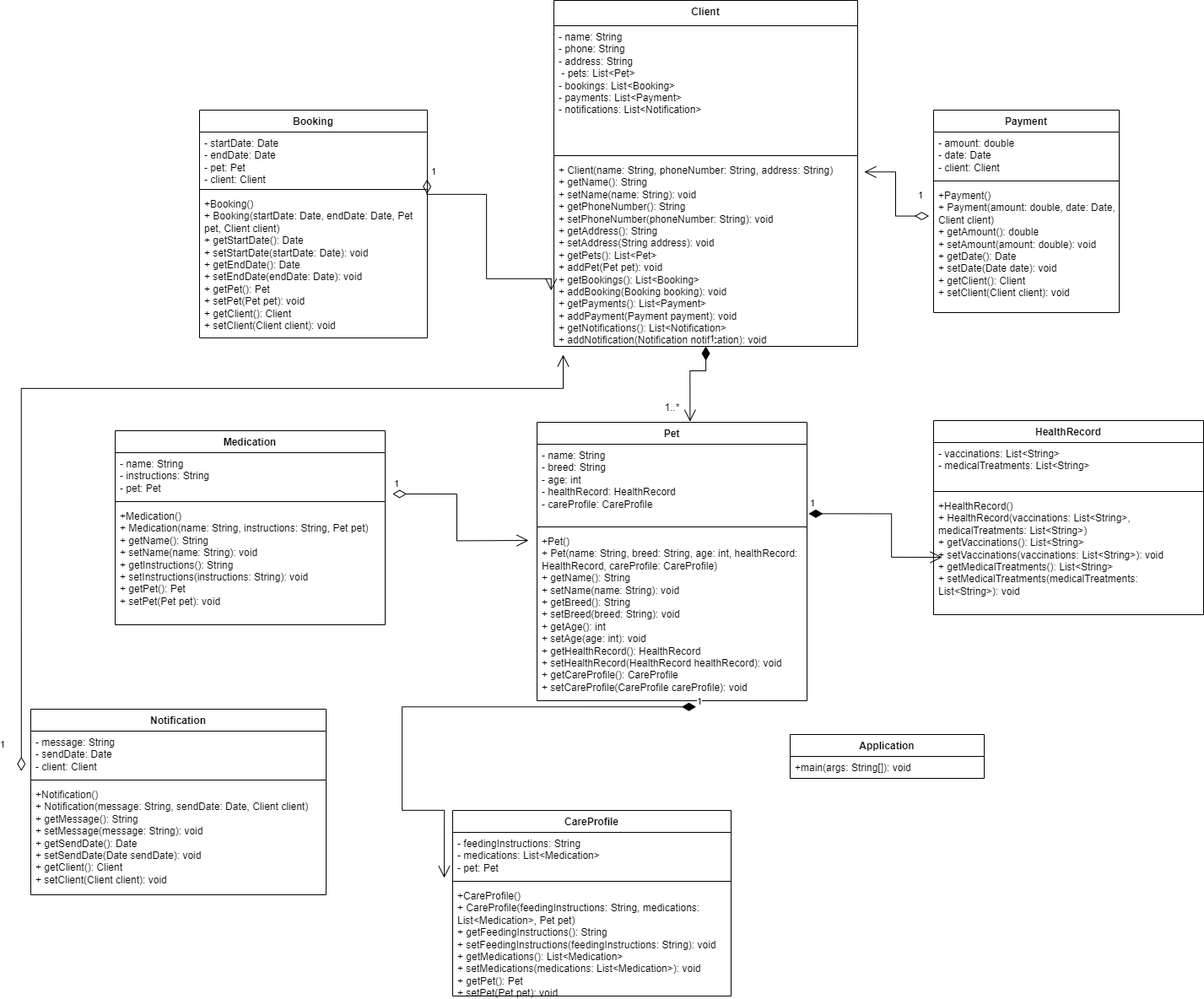
Above: UMLLab2.drawio.png in vgouttin/ENSF380Lab02 (draw.io), before the change. Source tidied: cells renumbered, new cells last; positions are measured from the earlier drawing's top-left corner, leaving out a move shared by most shapes. Source of this version:
```xml
<mxGraphModel>
  <root>
    <mxCell id="0" />
    <mxCell id="1" parent="0" />
    <mxCell id="2" value="Client" style="swimlane;fontStyle=1;align=center;verticalAlign=top;horizontal=1;startSize=30;whiteSpace=wrap;html=1;" parent="1" vertex="1">
      <mxGeometry x="631" width="360" height="410" as="geometry" />
    </mxCell>
    <mxCell id="3" value="- name: String&lt;div&gt;- phone: String&lt;/div&gt;&lt;div&gt;- address: String&lt;/div&gt;&lt;div&gt;&amp;nbsp;- pets: List&amp;lt;Pet&amp;gt;&lt;br&gt;&lt;/div&gt;&lt;div&gt;- bookings: List&amp;lt;Booking&amp;gt;&lt;br/&gt;    - payments: List&amp;lt;Payment&amp;gt;&lt;br/&gt;    - notifications: List&amp;lt;Notification&amp;gt;&lt;br&gt;&lt;/div&gt;" style="text;strokeColor=none;fillColor=none;align=left;verticalAlign=top;spacingLeft=4;spacingRight=4;overflow=hidden;whiteSpace=wrap;html=1;" parent="2" vertex="1">
      <mxGeometry y="30" width="360" height="150" as="geometry" />
    </mxCell>
    <mxCell id="4" style="line;strokeWidth=1;fillColor=none;align=left;verticalAlign=middle;spacingTop=-1;spacingLeft=3;spacingRight=3;labelPosition=right;strokeColor=inherit;" parent="2" vertex="1">
      <mxGeometry y="180" width="360" height="8" as="geometry" />
    </mxCell>
    <mxCell id="5" value="&lt;div&gt;+ Client(name: String, phoneNumber: String, address: String)&lt;br/&gt;    + getName(): String&lt;br/&gt;    + setName(name: String): void&lt;br/&gt;    + getPhoneNumber(): String&lt;br/&gt;    + setPhoneNumber(phoneNumber: String): void&lt;br/&gt;    + getAddress(): String&lt;br/&gt;    + setAddress(String address): void&lt;br/&gt;    + getPets(): List&amp;lt;Pet&amp;gt;&lt;br/&gt;    + addPet(Pet pet): void&lt;br/&gt;    + getBookings(): List&amp;lt;Booking&amp;gt;&lt;br/&gt;    + addBooking(Booking booking): void&lt;br/&gt;    + getPayments(): List&amp;lt;Payment&amp;gt;&lt;br/&gt;    + addPayment(Payment payment): void&lt;br/&gt;    + getNotifications(): List&amp;lt;Notification&amp;gt;&lt;br/&gt;    + addNotification(Notification notification): void&lt;br&gt;&lt;/div&gt;" style="text;strokeColor=none;fillColor=none;align=left;verticalAlign=top;spacingLeft=4;spacingRight=4;overflow=hidden;points=[[0,0.5],[1,0.5]];portConstraint=eastwest;whiteSpace=wrap;html=1;" parent="2" vertex="1">
      <mxGeometry y="188" width="360" height="222" as="geometry" />
    </mxCell>
    <mxCell id="6" value="Pet" style="swimlane;fontStyle=1;align=center;verticalAlign=top;horizontal=1;startSize=26;whiteSpace=wrap;html=1;" parent="1" vertex="1">
      <mxGeometry x="611" y="500" width="320" height="330" as="geometry" />
    </mxCell>
    <mxCell id="7" value=" - name: String&lt;br/&gt;    - breed: String&lt;br/&gt;    - age: int&lt;br/&gt;    - healthRecord: HealthRecord&lt;br/&gt;    - careProfile: CareProfile" style="text;strokeColor=none;fillColor=none;align=left;verticalAlign=top;spacingLeft=4;spacingRight=4;overflow=hidden;points=[[0,0.5],[1,0.5]];portConstraint=eastwest;whiteSpace=wrap;html=1;" parent="6" vertex="1">
      <mxGeometry y="26" width="320" height="94" as="geometry" />
    </mxCell>
    <mxCell id="8" style="line;strokeWidth=1;fillColor=none;align=left;verticalAlign=middle;spacingTop=-1;spacingLeft=3;spacingRight=3;labelPosition=right;strokeColor=inherit;" parent="6" vertex="1">
      <mxGeometry y="120" width="320" height="8" as="geometry" />
    </mxCell>
    <mxCell id="9" value="&lt;div&gt;+Pet()&lt;/div&gt;+ Pet(name: String, breed: String, age: int, healthRecord: HealthRecord, careProfile: CareProfile)&lt;br&gt;    + getName(): String&lt;br&gt;    + setName(name: String): void&lt;br&gt;    + getBreed(): String&lt;br&gt;    + setBreed(breed: String): void&lt;br&gt;    + getAge(): int&lt;br&gt;    + setAge(age: int): void&lt;br&gt;    + getHealthRecord(): HealthRecord&lt;br&gt;    + setHealthRecord(HealthRecord healthRecord): void&lt;br&gt;    + getCareProfile(): CareProfile&lt;br&gt;    + setCareProfile(CareProfile careProfile): void" style="text;strokeColor=none;fillColor=none;align=left;verticalAlign=top;spacingLeft=4;spacingRight=4;overflow=hidden;points=[[0,0.5],[1,0.5]];portConstraint=eastwest;whiteSpace=wrap;html=1;" parent="6" vertex="1">
      <mxGeometry y="128" width="320" height="202" as="geometry" />
    </mxCell>
    <mxCell id="10" value="Booking" style="swimlane;fontStyle=1;align=center;verticalAlign=top;horizontal=1;startSize=26;whiteSpace=wrap;html=1;" parent="1" vertex="1">
      <mxGeometry x="211" y="130" width="270" height="270" as="geometry" />
    </mxCell>
    <mxCell id="11" value="- startDate: Date&lt;br/&gt;    - endDate: Date&lt;br/&gt;    - pet: Pet&lt;br/&gt;    - client: Client" style="text;strokeColor=none;fillColor=none;align=left;verticalAlign=top;spacingLeft=4;spacingRight=4;overflow=hidden;points=[[0,0.5],[1,0.5]];portConstraint=eastwest;whiteSpace=wrap;html=1;" parent="10" vertex="1">
      <mxGeometry y="26" width="270" height="64" as="geometry" />
    </mxCell>
    <mxCell id="12" style="line;strokeWidth=1;fillColor=none;align=left;verticalAlign=middle;spacingTop=-1;spacingLeft=3;spacingRight=3;labelPosition=right;strokeColor=inherit;" parent="10" vertex="1">
      <mxGeometry y="90" width="270" height="8" as="geometry" />
    </mxCell>
    <mxCell id="13" value="&lt;div&gt;+Booking()&lt;/div&gt;  + Booking(startDate: Date, endDate: Date, Pet pet, Client client)&lt;br&gt;    + getStartDate(): Date&lt;br&gt;    + setStartDate(startDate: Date): void&lt;br&gt;    + getEndDate(): Date&lt;br&gt;    + setEndDate(endDate: Date): void&lt;br&gt;    + getPet(): Pet&lt;br&gt;    + setPet(Pet pet): void&lt;br&gt;    + getClient(): Client&lt;br&gt;    + setClient(Client client): void" style="text;strokeColor=none;fillColor=none;align=left;verticalAlign=top;spacingLeft=4;spacingRight=4;overflow=hidden;whiteSpace=wrap;html=1;" parent="10" vertex="1">
      <mxGeometry y="98" width="270" height="172" as="geometry" />
    </mxCell>
    <mxCell id="14" value="Payment" style="swimlane;fontStyle=1;align=center;verticalAlign=top;horizontal=1;startSize=26;whiteSpace=wrap;html=1;" parent="1" vertex="1">
      <mxGeometry x="1081" y="130" width="220" height="240" as="geometry" />
    </mxCell>
    <mxCell id="15" value=" - amount: double&lt;br/&gt;    - date: Date&lt;br/&gt;    - client: Client" style="text;strokeColor=none;fillColor=none;align=left;verticalAlign=top;spacingLeft=4;spacingRight=4;overflow=hidden;whiteSpace=wrap;html=1;" parent="14" vertex="1">
      <mxGeometry y="26" width="220" height="54" as="geometry" />
    </mxCell>
    <mxCell id="16" style="line;strokeWidth=1;fillColor=none;align=left;verticalAlign=middle;spacingTop=-1;spacingLeft=3;spacingRight=3;labelPosition=right;strokeColor=inherit;" parent="14" vertex="1">
      <mxGeometry y="80" width="220" height="8" as="geometry" />
    </mxCell>
    <mxCell id="17" value="&lt;div&gt;+Payment()&lt;/div&gt;+ Payment(amount: double, date: Date, Client client)&lt;br&gt;    + getAmount(): double&lt;br&gt;    + setAmount(amount: double): void&lt;br&gt;    + getDate(): Date&lt;br&gt;    + setDate(Date date): void&lt;br&gt;    + getClient(): Client&lt;br&gt;    + setClient(Client client): void" style="text;strokeColor=none;fillColor=none;align=left;verticalAlign=top;spacingLeft=4;spacingRight=4;overflow=hidden;points=[[0,0.5],[1,0.5]];portConstraint=eastwest;whiteSpace=wrap;html=1;" parent="14" vertex="1">
      <mxGeometry y="88" width="220" height="152" as="geometry" />
    </mxCell>
    <mxCell id="18" value="HealthRecord" style="swimlane;fontStyle=1;align=center;verticalAlign=top;horizontal=1;startSize=26;whiteSpace=wrap;html=1;" parent="1" vertex="1">
      <mxGeometry x="1081" y="498" width="320" height="230" as="geometry" />
    </mxCell>
    <mxCell id="19" value=" - vaccinations: List&amp;lt;String&amp;gt;&lt;br/&gt;    - medicalTreatments: List&amp;lt;String&amp;gt;" style="text;strokeColor=none;fillColor=none;align=left;verticalAlign=top;spacingLeft=4;spacingRight=4;overflow=hidden;whiteSpace=wrap;html=1;" parent="18" vertex="1">
      <mxGeometry y="26" width="320" height="54" as="geometry" />
    </mxCell>
    <mxCell id="20" style="line;strokeWidth=1;fillColor=none;align=left;verticalAlign=middle;spacingTop=-1;spacingLeft=3;spacingRight=3;labelPosition=right;strokeColor=inherit;" parent="18" vertex="1">
      <mxGeometry y="80" width="320" height="8" as="geometry" />
    </mxCell>
    <mxCell id="21" value="&lt;div&gt;+HealthRecord()&lt;/div&gt;+ HealthRecord(vaccinations: List&amp;lt;String&amp;gt;, medicalTreatments: List&amp;lt;String&amp;gt;)&lt;br&gt;    + getVaccinations(): List&amp;lt;String&amp;gt;&lt;br&gt;    + setVaccinations(vaccinations: List&amp;lt;String&amp;gt;): void&lt;br&gt;    + getMedicalTreatments(): List&amp;lt;String&amp;gt;&lt;br&gt;    + setMedicalTreatments(medicalTreatments: List&amp;lt;String&amp;gt;): void" style="text;strokeColor=none;fillColor=none;align=left;verticalAlign=top;spacingLeft=4;spacingRight=4;overflow=hidden;whiteSpace=wrap;html=1;" parent="18" vertex="1">
      <mxGeometry y="88" width="320" height="142" as="geometry" />
    </mxCell>
    <mxCell id="22" value="Medication" style="swimlane;fontStyle=1;align=center;verticalAlign=top;horizontal=1;startSize=26;whiteSpace=wrap;html=1;" parent="1" vertex="1">
      <mxGeometry x="111" y="510" width="320" height="230" as="geometry" />
    </mxCell>
    <mxCell id="23" value="- name: String&lt;br/&gt;    - instructions: String&lt;br/&gt;    - pet: Pet" style="text;strokeColor=none;fillColor=none;align=left;verticalAlign=top;spacingLeft=4;spacingRight=4;overflow=hidden;whiteSpace=wrap;html=1;" parent="22" vertex="1">
      <mxGeometry y="26" width="320" height="54" as="geometry" />
    </mxCell>
    <mxCell id="24" style="line;strokeWidth=1;fillColor=none;align=left;verticalAlign=middle;spacingTop=-1;spacingLeft=3;spacingRight=3;labelPosition=right;strokeColor=inherit;" parent="22" vertex="1">
      <mxGeometry y="80" width="320" height="8" as="geometry" />
    </mxCell>
    <mxCell id="25" value="&lt;div&gt;+Medication()&lt;/div&gt;+ Medication(name: String, instructions: String, Pet pet)&lt;br&gt;    + getName(): String&lt;br&gt;    + setName(name: String): void&lt;br&gt;    + getInstructions(): String&lt;br&gt;    + setInstructions(instructions: String): void&lt;br&gt;    + getPet(): Pet&lt;br&gt;    + setPet(Pet pet): void" style="text;strokeColor=none;fillColor=none;align=left;verticalAlign=top;spacingLeft=4;spacingRight=4;overflow=hidden;points=[[0,0.5],[1,0.5]];portConstraint=eastwest;whiteSpace=wrap;html=1;" parent="22" vertex="1">
      <mxGeometry y="88" width="320" height="142" as="geometry" />
    </mxCell>
    <mxCell id="26" value="Notification" style="swimlane;fontStyle=1;align=center;verticalAlign=top;horizontal=1;startSize=26;whiteSpace=wrap;html=1;" parent="1" vertex="1">
      <mxGeometry x="11" y="840" width="350" height="220" as="geometry" />
    </mxCell>
    <mxCell id="27" value="- message: String&lt;br/&gt;    - sendDate: Date&lt;br/&gt;    - client: Client" style="text;strokeColor=none;fillColor=none;align=left;verticalAlign=top;spacingLeft=4;spacingRight=4;overflow=hidden;points=[[0,0.5],[1,0.5]];portConstraint=eastwest;whiteSpace=wrap;html=1;" parent="26" vertex="1">
      <mxGeometry y="26" width="350" height="54" as="geometry" />
    </mxCell>
    <mxCell id="28" style="line;strokeWidth=1;fillColor=none;align=left;verticalAlign=middle;spacingTop=-1;spacingLeft=3;spacingRight=3;labelPosition=right;strokeColor=inherit;" parent="26" vertex="1">
      <mxGeometry y="80" width="350" height="8" as="geometry" />
    </mxCell>
    <mxCell id="29" value="&lt;div&gt;+Notification()&lt;/div&gt;   + Notification(message: String, sendDate: Date, Client client)&lt;br&gt;    + getMessage(): String&lt;br&gt;    + setMessage(message: String): void&lt;br&gt;    + getSendDate(): Date&lt;br&gt;    + setSendDate(Date sendDate): void&lt;br&gt;    + getClient(): Client&lt;br&gt;    + setClient(Client client): void" style="text;strokeColor=none;fillColor=none;align=left;verticalAlign=top;spacingLeft=4;spacingRight=4;overflow=hidden;whiteSpace=wrap;html=1;" parent="26" vertex="1">
      <mxGeometry y="88" width="350" height="132" as="geometry" />
    </mxCell>
    <mxCell id="30" value="CareProfile" style="swimlane;fontStyle=1;align=center;verticalAlign=top;horizontal=1;startSize=26;whiteSpace=wrap;html=1;" parent="1" vertex="1">
      <mxGeometry x="511" y="960" width="330" height="220" as="geometry" />
    </mxCell>
    <mxCell id="31" value="- feedingInstructions: String&lt;br/&gt;    - medications: List&amp;lt;Medication&amp;gt;&lt;br/&gt;    - pet: Pet" style="text;strokeColor=none;fillColor=none;align=left;verticalAlign=top;spacingLeft=4;spacingRight=4;overflow=hidden;whiteSpace=wrap;html=1;" parent="30" vertex="1">
      <mxGeometry y="26" width="330" height="54" as="geometry" />
    </mxCell>
    <mxCell id="32" style="line;strokeWidth=1;fillColor=none;align=left;verticalAlign=middle;spacingTop=-1;spacingLeft=3;spacingRight=3;labelPosition=right;strokeColor=inherit;" parent="30" vertex="1">
      <mxGeometry y="80" width="330" height="8" as="geometry" />
    </mxCell>
    <mxCell id="33" value="&lt;div&gt;+CareProfile()&lt;/div&gt;  + CareProfile(feedingInstructions: String, medications: List&amp;lt;Medication&amp;gt;, Pet pet)&lt;br&gt;    + getFeedingInstructions(): String&lt;br&gt;    + setFeedingInstructions(feedingInstructions: String): void&lt;br&gt;    + getMedications(): List&amp;lt;Medication&amp;gt;&lt;br&gt;    + setMedications(medications: List&amp;lt;Medication&amp;gt;): void&lt;br&gt;    + getPet(): Pet&lt;br&gt;    + setPet(Pet pet): void" style="text;strokeColor=none;fillColor=none;align=left;verticalAlign=top;spacingLeft=4;spacingRight=4;overflow=hidden;whiteSpace=wrap;html=1;" parent="30" vertex="1">
      <mxGeometry y="88" width="330" height="132" as="geometry" />
    </mxCell>
    <mxCell id="34" value="Application" style="swimlane;fontStyle=1;align=center;verticalAlign=top;horizontal=1;startSize=26;whiteSpace=wrap;html=1;" parent="1" vertex="1">
      <mxGeometry x="911" y="870" width="230" height="52" as="geometry" />
    </mxCell>
    <mxCell id="35" value="+main(args: String[]): void" style="text;strokeColor=none;fillColor=none;align=left;verticalAlign=top;spacingLeft=4;spacingRight=4;overflow=hidden;whiteSpace=wrap;html=1;" parent="34" vertex="1">
      <mxGeometry y="26" width="230" height="26" as="geometry" />
    </mxCell>
    <mxCell id="36" value="1..*" style="text;html=1;align=center;verticalAlign=middle;points=[];strokeColor=none;fillColor=none;" parent="1" vertex="1">
      <mxGeometry x="751" y="468" width="40" height="30" as="geometry" />
    </mxCell>
    <mxCell id="37" value="1" style="endArrow=open;html=1;endSize=12;startArrow=diamondThin;startSize=14;startFill=1;edgeStyle=orthogonalEdgeStyle;align=left;verticalAlign=bottom;rounded=0;exitX=0.5;exitY=1;exitDx=0;exitDy=0;entryX=1.035;entryY=1.039;entryDx=0;entryDy=0;entryPerimeter=0;" parent="1" edge="1" source="2" target="36">
      <mxGeometry x="-1" y="3" relative="1" as="geometry" />
    </mxCell>
    <mxCell id="38" value="1" style="endArrow=open;html=1;endSize=12;startArrow=diamondThin;startSize=14;startFill=1;edgeStyle=orthogonalEdgeStyle;align=left;verticalAlign=bottom;rounded=0;exitX=0.589;exitY=1.036;exitDx=0;exitDy=0;exitPerimeter=0;" parent="1" edge="1" source="9">
      <mxGeometry x="-1" y="3" relative="1" as="geometry">
        <mxPoint x="501" y="1040" as="targetPoint" />
        <Array as="points">
          <mxPoint x="451" y="837" />
          <mxPoint x="451" y="960" />
        </Array>
      </mxGeometry>
    </mxCell>
    <mxCell id="39" value="1" style="endArrow=open;html=1;endSize=12;startArrow=diamondThin;startSize=14;startFill=1;edgeStyle=orthogonalEdgeStyle;align=left;verticalAlign=bottom;rounded=0;exitX=1.006;exitY=0.876;exitDx=0;exitDy=0;exitPerimeter=0;" parent="1" edge="1" source="7">
      <mxGeometry x="-1" y="3" relative="1" as="geometry">
        <mxPoint x="1091" y="660" as="targetPoint" />
        <Array as="points">
          <mxPoint x="1031" y="608" />
          <mxPoint x="1031" y="660" />
        </Array>
      </mxGeometry>
    </mxCell>
    <mxCell id="40" value="1" style="endArrow=open;html=1;endSize=12;startArrow=diamondThin;startSize=14;startFill=0;edgeStyle=orthogonalEdgeStyle;align=left;verticalAlign=bottom;rounded=0;exitX=1.027;exitY=-0.092;exitDx=0;exitDy=0;exitPerimeter=0;" parent="1" edge="1" source="25">
      <mxGeometry x="-1" y="3" relative="1" as="geometry">
        <mxPoint x="601" y="640" as="targetPoint" />
      </mxGeometry>
    </mxCell>
    <mxCell id="41" value="1" style="endArrow=open;html=1;endSize=12;startArrow=diamondThin;startSize=14;startFill=0;edgeStyle=orthogonalEdgeStyle;align=left;verticalAlign=bottom;rounded=0;exitX=0.999;exitY=0.877;exitDx=0;exitDy=0;exitPerimeter=0;entryX=-0.009;entryY=0.702;entryDx=0;entryDy=0;entryPerimeter=0;" parent="1" edge="1" source="11" target="5">
      <mxGeometry x="-1" y="3" relative="1" as="geometry">
        <Array as="points">
          <mxPoint x="481" y="230" />
          <mxPoint x="551" y="230" />
          <mxPoint x="551" y="330" />
          <mxPoint x="628" y="330" />
        </Array>
      </mxGeometry>
    </mxCell>
    <mxCell id="42" value="1" style="endArrow=open;html=1;endSize=12;startArrow=diamondThin;startSize=14;startFill=0;edgeStyle=orthogonalEdgeStyle;align=left;verticalAlign=bottom;rounded=0;entryX=1.022;entryY=0.069;entryDx=0;entryDy=0;entryPerimeter=0;exitX=-0.025;exitY=0.247;exitDx=0;exitDy=0;exitPerimeter=0;" parent="1" edge="1" source="17" target="5">
      <mxGeometry x="-0.77" y="-16" relative="1" as="geometry" />
    </mxCell>
    <mxCell id="43" value="1" style="endArrow=open;html=1;endSize=12;startArrow=diamondThin;startSize=14;startFill=0;edgeStyle=orthogonalEdgeStyle;align=left;verticalAlign=bottom;rounded=0;exitX=-0.032;exitY=0.877;exitDx=0;exitDy=0;exitPerimeter=0;" parent="1" edge="1" source="27">
      <mxGeometry x="-0.96" y="27" relative="1" as="geometry">
        <mxPoint x="641" y="420" as="targetPoint" />
        <Array as="points">
          <mxPoint y="460" />
          <mxPoint x="642" y="460" />
          <mxPoint x="642" y="420" />
        </Array>
      </mxGeometry>
    </mxCell>
  </root>
</mxGraphModel>
```
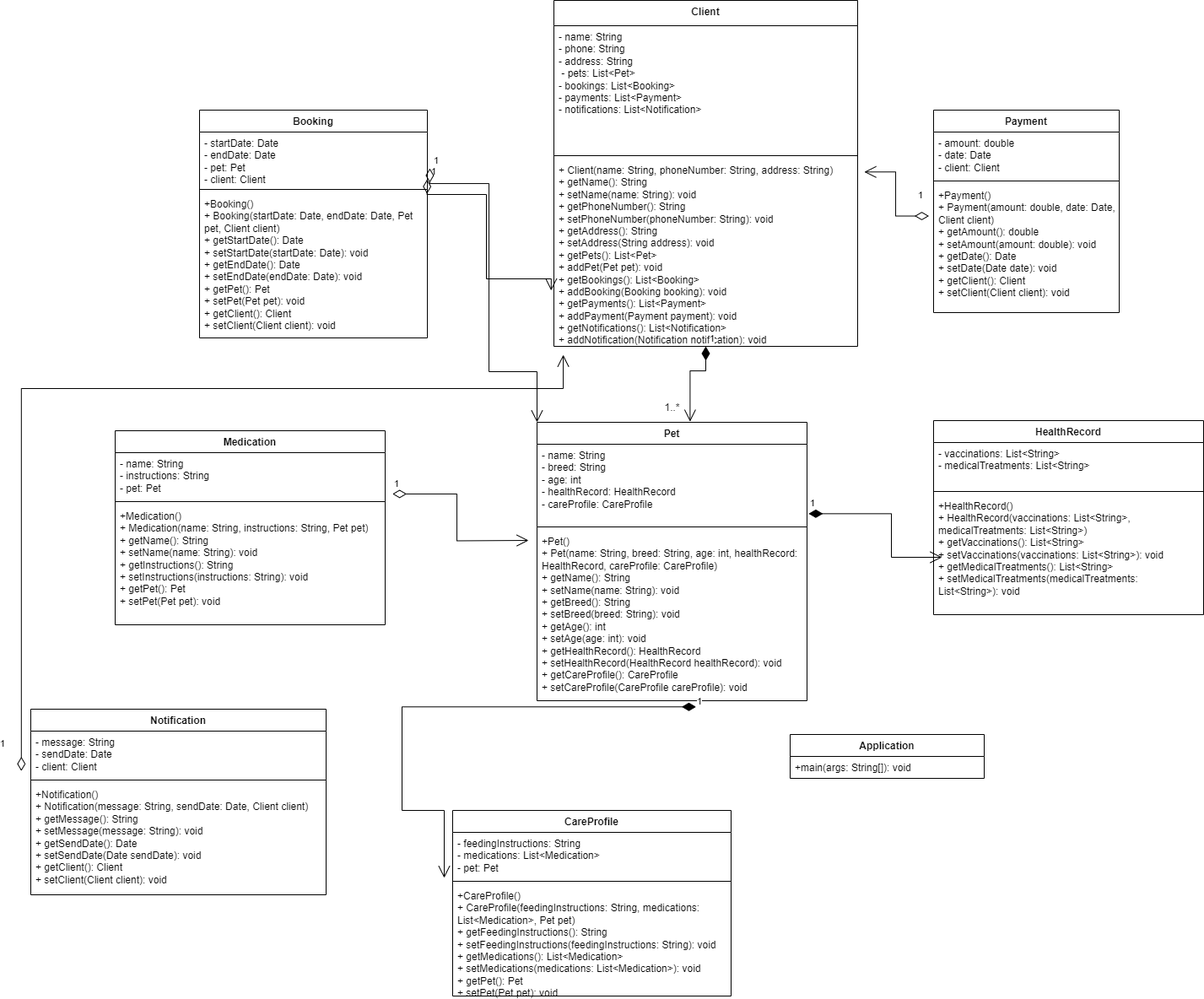
Later version of the same file.

The edit, as a diff of the source:
```diff
@@ -156,5 +156,16 @@
         </Array>
       </mxGeometry>
     </mxCell>
+    <mxCell id="44" value="1" style="endArrow=open;html=1;endSize=12;startArrow=diamondThin;startSize=14;startFill=0;edgeStyle=orthogonalEdgeStyle;align=left;verticalAlign=bottom;rounded=0;exitX=0.999;exitY=0.877;exitDx=0;exitDy=0;exitPerimeter=0;entryX=0;entryY=0;entryDx=0;entryDy=0;" parent="1" edge="1" target="6">
+      <mxGeometry x="-1" y="3" relative="1" as="geometry">
+        <mxPoint x="483.9" y="199" as="sourcePoint" />
+        <Array as="points">
+          <mxPoint x="484" y="217" />
+          <mxPoint x="554" y="217" />
+          <mxPoint x="554" y="440" />
+          <mxPoint x="611" y="440" />
+        </Array>
+      </mxGeometry>
+    </mxCell>
   </root>
 </mxGraphModel>
```
